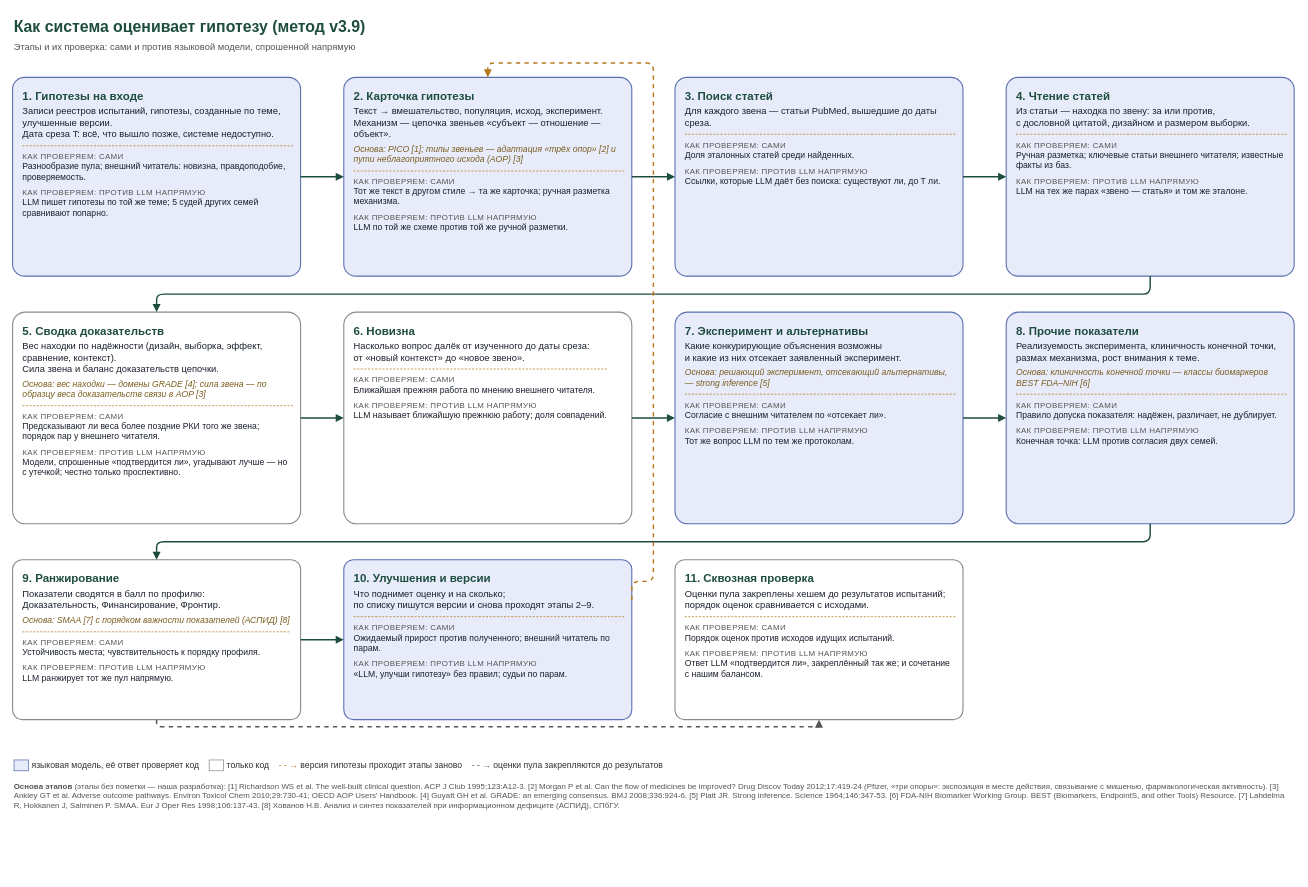
Before: docs/system/flow_check.drawio in danrd/hyp-arena, a draw.io diagram. Source tidied: cells renumbered, new cells numbered last; positions are measured from the earlier drawing's top-left corner, leaving out a move shared by most shapes. Both pictures are drawn from the tidied source at 72%, with x=0, y=0 at pixel (12, 12).
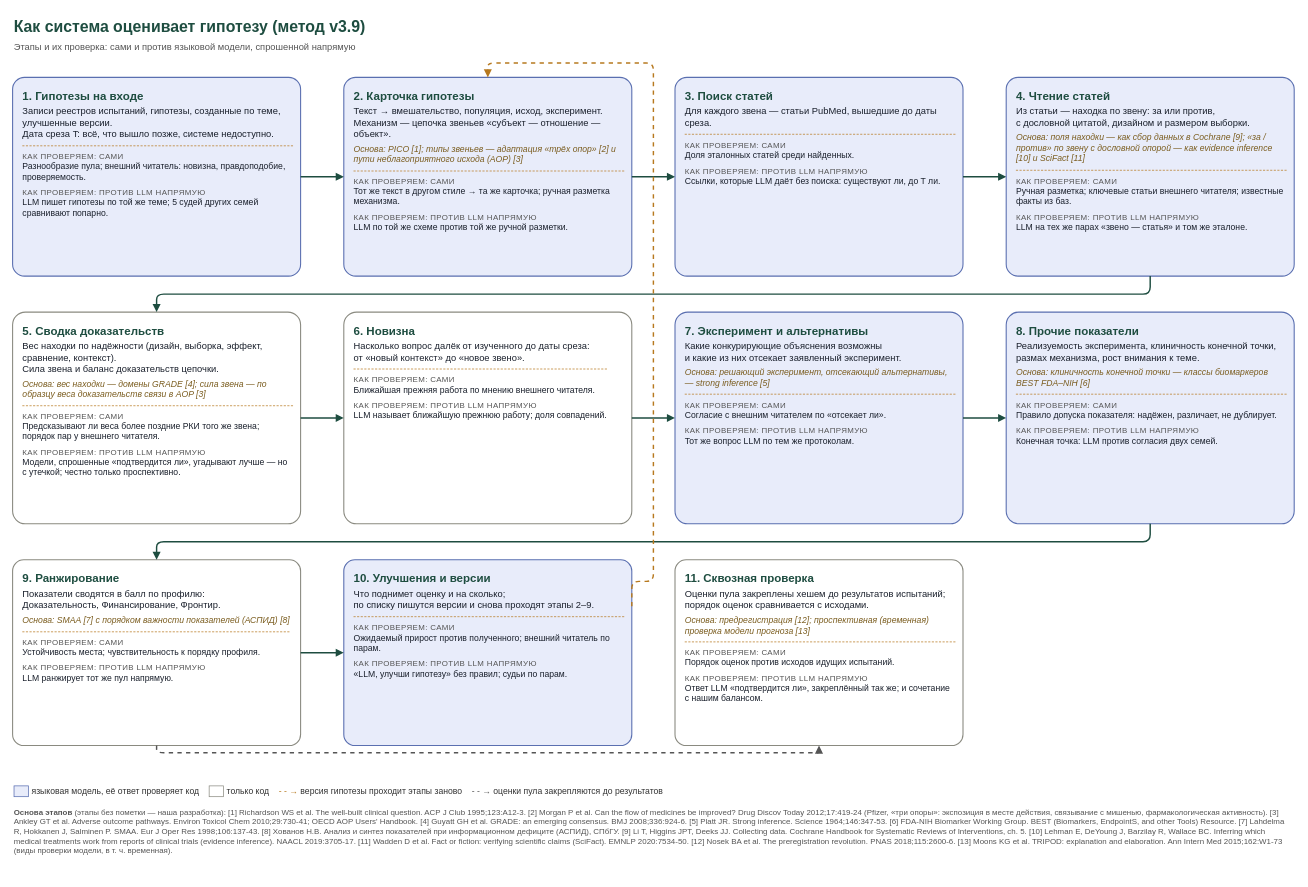
The same page after the edit.

Commit message (it also covers changes not shown here):
Flow scheme: basis for reading (Cochrane data collection, evidence inference, SciFact) and the end-to-end check (preregistration, temporal validation per TRIPOD), references checked

Diff of the diagram source:
```diff
@@
-    <mxCell id="6" value="&lt;div style='font-size:16px;color:#1E4D40'&gt;&lt;b&gt;4. Чтение статей&lt;/b&gt;&lt;/div&gt;&lt;div style='margin-top:4px'&gt;Из статьи — находка по звену: за или против,&lt;br/&gt;с дословной цитатой, дизайном и размером выборки.&lt;/div&gt;&lt;div style='margin-top:8px;border-top:1px dashed #B7791F'&gt;&lt;/div&gt;&lt;div style='margin-top:8px;font-size:11px;color:#555;text-transform:uppercase;letter-spacing:0.5px'&gt;Как проверяем: сами&lt;/div&gt;&lt;div style='font-size:12px'&gt;&lt;div&gt;Ручная разметка; ключевые статьи внешнего читателя; известные факты из баз.&lt;/div&gt;&lt;/div&gt;&lt;div style='margin-top:8px;font-size:11px;color:#555;text-transform:uppercase;letter-spacing:0.5px'&gt;Как проверяем: против LLM напрямую&lt;/div&gt;&lt;div style='font-size:12px'&gt;&lt;div&gt;LLM на тех же парах «звено — статья» и том же эталоне.&lt;/div&gt;&lt;/div&gt;" style="rounded=1;arcSize=6;whiteSpace=wrap;html=1;fillColor=#E8ECFA;strokeColor=#5A6FB0;strokeWidth=1.5;fontSize=13;fontColor=#1A202C;align=left;verticalAlign=top;spacingLeft=12;spacingRight=10;spacingTop=10;" parent="1" vertex="1">
+    <mxCell id="6" value="&lt;div style='font-size:16px;color:#1E4D40'&gt;&lt;b&gt;4. Чтение статей&lt;/b&gt;&lt;/div&gt;&lt;div style='margin-top:4px'&gt;Из статьи — находка по звену: за или против,&lt;br/&gt;с дословной цитатой, дизайном и размером выборки.&lt;/div&gt;&lt;div style='margin-top:6px;font-size:12px;color:#7A5C1E'&gt;&lt;i&gt;Основа: поля находки — как сбор данных в Cochrane [9]; «за / против» по звену с дословной опорой — как evidence inference [10] и SciFact [11]&lt;/i&gt;&lt;/div&gt;&lt;div style='margin-top:8px;border-top:1px dashed #B7791F'&gt;&lt;/div&gt;&lt;div style='margin-top:8px;font-size:11px;color:#555;text-transform:uppercase;letter-spacing:0.5px'&gt;Как проверяем: сами&lt;/div&gt;&lt;div style='font-size:12px'&gt;&lt;div&gt;Ручная разметка; ключевые статьи внешнего читателя; известные факты из баз.&lt;/div&gt;&lt;/div&gt;&lt;div style='margin-top:8px;font-size:11px;color:#555;text-transform:uppercase;letter-spacing:0.5px'&gt;Как проверяем: против LLM напрямую&lt;/div&gt;&lt;div style='font-size:12px'&gt;&lt;div&gt;LLM на тех же парах «звено — статья» и том же эталоне.&lt;/div&gt;&lt;/div&gt;" style="rounded=1;arcSize=6;whiteSpace=wrap;html=1;fillColor=#E8ECFA;strokeColor=#5A6FB0;strokeWidth=1.5;fontSize=13;fontColor=#1A202C;align=left;verticalAlign=top;spacingLeft=12;spacingRight=10;spacingTop=10;" parent="1" vertex="1">
       <mxGeometry x="1380" y="90" width="400" height="276" as="geometry" />
     </mxCell>
@@
     <mxCell id="11" value="&lt;div style='font-size:16px;color:#1E4D40'&gt;&lt;b&gt;9. Ранжирование&lt;/b&gt;&lt;/div&gt;&lt;div style='margin-top:4px'&gt;Показатели сводятся в балл по профилю:&lt;br/&gt;Доказательность, Финансирование, Фронтир.&lt;/div&gt;&lt;div style='margin-top:6px;font-size:12px;color:#7A5C1E'&gt;&lt;i&gt;Основа: SMAA [7] с порядком важности показателей (АСПИД) [8]&lt;/i&gt;&lt;/div&gt;&lt;div style='margin-top:8px;border-top:1px dashed #B7791F'&gt;&lt;/div&gt;&lt;div style='margin-top:8px;font-size:11px;color:#555;text-transform:uppercase;letter-spacing:0.5px'&gt;Как проверяем: сами&lt;/div&gt;&lt;div style='font-size:12px'&gt;&lt;div&gt;Устойчивость места; чувствительность к порядку профиля.&lt;/div&gt;&lt;/div&gt;&lt;div style='margin-top:8px;font-size:11px;color:#555;text-transform:uppercase;letter-spacing:0.5px'&gt;Как проверяем: против LLM напрямую&lt;/div&gt;&lt;div style='font-size:12px'&gt;&lt;div&gt;LLM ранжирует тот же пул напрямую.&lt;/div&gt;&lt;/div&gt;" style="rounded=1;arcSize=6;whiteSpace=wrap;html=1;fillColor=#FFFFFF;strokeColor=#8A8A80;strokeWidth=1.5;fontSize=13;fontColor=#1A202C;align=left;verticalAlign=top;spacingLeft=12;spacingRight=10;spacingTop=10;" parent="1" vertex="1">
-      <mxGeometry y="760" width="400" height="222" as="geometry" />
+      <mxGeometry y="760" width="400" height="258" as="geometry" />
     </mxCell>
     <mxCell id="12" value="&lt;div style='font-size:16px;color:#1E4D40'&gt;&lt;b&gt;10. Улучшения и версии&lt;/b&gt;&lt;/div&gt;&lt;div style='margin-top:4px'&gt;Что поднимет оценку и на сколько;&lt;br/&gt;по списку пишутся версии и снова проходят этапы 2–9.&lt;/div&gt;&lt;div style='margin-top:8px;border-top:1px dashed #B7791F'&gt;&lt;/div&gt;&lt;div style='margin-top:8px;font-size:11px;color:#555;text-transform:uppercase;letter-spacing:0.5px'&gt;Как проверяем: сами&lt;/div&gt;&lt;div style='font-size:12px'&gt;&lt;div&gt;Ожидаемый прирост против полученного; внешний читатель по парам.&lt;/div&gt;&lt;/div&gt;&lt;div style='margin-top:8px;font-size:11px;color:#555;text-transform:uppercase;letter-spacing:0.5px'&gt;Как проверяем: против LLM напрямую&lt;/div&gt;&lt;div style='font-size:12px'&gt;&lt;div&gt;«LLM, улучши гипотезу» без правил; судьи по парам.&lt;/div&gt;&lt;/div&gt;" style="rounded=1;arcSize=6;whiteSpace=wrap;html=1;fillColor=#E8ECFA;strokeColor=#5A6FB0;strokeWidth=1.5;fontSize=13;fontColor=#1A202C;align=left;verticalAlign=top;spacingLeft=12;spacingRight=10;spacingTop=10;" parent="1" vertex="1">
-      <mxGeometry x="460" y="760" width="400" height="222" as="geometry" />
+      <mxGeometry x="460" y="760" width="400" height="258" as="geometry" />
     </mxCell>
-    <mxCell id="13" value="&lt;div style='font-size:16px;color:#1E4D40'&gt;&lt;b&gt;11. Сквозная проверка&lt;/b&gt;&lt;/div&gt;&lt;div style='margin-top:4px'&gt;Оценки пула закреплены хешем до результатов испытаний;&lt;br/&gt;порядок оценок сравнивается с исходами.&lt;/div&gt;&lt;div style='margin-top:8px;border-top:1px dashed #B7791F'&gt;&lt;/div&gt;&lt;div style='margin-top:8px;font-size:11px;color:#555;text-transform:uppercase;letter-spacing:0.5px'&gt;Как проверяем: сами&lt;/div&gt;&lt;div style='font-size:12px'&gt;&lt;div&gt;Порядок оценок против исходов идущих испытаний.&lt;/div&gt;&lt;/div&gt;&lt;div style='margin-top:8px;font-size:11px;color:#555;text-transform:uppercase;letter-spacing:0.5px'&gt;Как проверяем: против LLM напрямую&lt;/div&gt;&lt;div style='font-size:12px'&gt;&lt;div&gt;Ответ LLM «подтвердится ли», закреплённый так же; и сочетание с нашим балансом.&lt;/div&gt;&lt;/div&gt;" style="rounded=1;arcSize=6;whiteSpace=wrap;html=1;fillColor=#FFFFFF;strokeColor=#8A8A80;strokeWidth=1.5;fontSize=13;fontColor=#1A202C;align=left;verticalAlign=top;spacingLeft=12;spacingRight=10;spacingTop=10;" parent="1" vertex="1">
-      <mxGeometry x="920" y="760" width="400" height="222" as="geometry" />
+    <mxCell id="13" value="&lt;div style='font-size:16px;color:#1E4D40'&gt;&lt;b&gt;11. Сквозная проверка&lt;/b&gt;&lt;/div&gt;&lt;div style='margin-top:4px'&gt;Оценки пула закреплены хешем до результатов испытаний;&lt;br/&gt;порядок оценок сравнивается с исходами.&lt;/div&gt;&lt;div style='margin-top:6px;font-size:12px;color:#7A5C1E'&gt;&lt;i&gt;Основа: предрегистрация [12]; проспективная (временная) проверка модели прогноза [13]&lt;/i&gt;&lt;/div&gt;&lt;div style='margin-top:8px;border-top:1px dashed #B7791F'&gt;&lt;/div&gt;&lt;div style='margin-top:8px;font-size:11px;color:#555;text-transform:uppercase;letter-spacing:0.5px'&gt;Как проверяем: сами&lt;/div&gt;&lt;div style='font-size:12px'&gt;&lt;div&gt;Порядок оценок против исходов идущих испытаний.&lt;/div&gt;&lt;/div&gt;&lt;div style='margin-top:8px;font-size:11px;color:#555;text-transform:uppercase;letter-spacing:0.5px'&gt;Как проверяем: против LLM напрямую&lt;/div&gt;&lt;div style='font-size:12px'&gt;&lt;div&gt;Ответ LLM «подтвердится ли», закреплённый так же; и сочетание с нашим балансом.&lt;/div&gt;&lt;/div&gt;" style="rounded=1;arcSize=6;whiteSpace=wrap;html=1;fillColor=#FFFFFF;strokeColor=#8A8A80;strokeWidth=1.5;fontSize=13;fontColor=#1A202C;align=left;verticalAlign=top;spacingLeft=12;spacingRight=10;spacingTop=10;" parent="1" vertex="1">
+      <mxGeometry x="920" y="760" width="400" height="258" as="geometry" />
     </mxCell>
@@
     <mxCell id="25" value="&lt;span style='background:#E8ECFA;border:1px solid #5A6FB0;padding:0 8px'&gt;&amp;nbsp;&lt;/span&gt; языковая модель, её ответ проверяет код &amp;nbsp;&amp;nbsp; &lt;span style='border:1px solid #8A8A80;padding:0 8px'&gt;&amp;nbsp;&lt;/span&gt; только код &amp;nbsp;&amp;nbsp; &lt;span style='color:#B7791F'&gt;- - →&lt;/span&gt; версия гипотезы проходит этапы заново &amp;nbsp;&amp;nbsp; &lt;span style='color:#555'&gt;- - →&lt;/span&gt; оценки пула закрепляются до результатов" style="text;html=1;fontSize=12;align=left;fontColor=#333;fillColor=none;strokeColor=none;" parent="1" vertex="1">
-      <mxGeometry y="1032" width="1780" height="26" as="geometry" />
+      <mxGeometry y="1068" width="1780" height="26" as="geometry" />
     </mxCell>
-    <mxCell id="26" value="&lt;b&gt;Основа этапов&lt;/b&gt; (этапы без пометки — наша разработка): [1] Richardson WS et al. The well-built clinical question. ACP J Club 1995;123:A12-3. [2] Morgan P et al. Can the flow of medicines be improved? Drug Discov Today 2012;17:419-24 (Pfizer, «три опоры»: экспозиция в месте действия, связывание с мишенью, фармакологическая активность). [3] Ankley GT et al. Adverse outcome pathways. Environ Toxicol Chem 2010;29:730-41; OECD AOP Users' Handbook. [4] Guyatt GH et al. GRADE: an emerging consensus. BMJ 2008;336:924-6. [5] Platt JR. Strong inference. Science 1964;146:347-53. [6] FDA-NIH Biomarker Working Group. BEST (Biomarkers, EndpointS, and other Tools) Resource. [7] Lahdelma R, Hokkanen J, Salminen P. SMAA. Eur J Oper Res 1998;106:137-43. [8] Хованов Н.В. Анализ и синтез показателей при информационном дефиците (АСПИД), СПбГУ." style="text;html=1;whiteSpace=wrap;fontSize=11;align=left;verticalAlign=top;fontColor=#555;fillColor=none;strokeColor=none;" parent="1" vertex="1">
-      <mxGeometry y="1062" width="1780" height="70" as="geometry" />
+    <mxCell id="26" value="&lt;b&gt;Основа этапов&lt;/b&gt; (этапы без пометки — наша разработка): [1] Richardson WS et al. The well-built clinical question. ACP J Club 1995;123:A12-3. [2] Morgan P et al. Can the flow of medicines be improved? Drug Discov Today 2012;17:419-24 (Pfizer, «три опоры»: экспозиция в месте действия, связывание с мишенью, фармакологическая активность). [3] Ankley GT et al. Adverse outcome pathways. Environ Toxicol Chem 2010;29:730-41; OECD AOP Users' Handbook. [4] Guyatt GH et al. GRADE: an emerging consensus. BMJ 2008;336:924-6. [5] Platt JR. Strong inference. Science 1964;146:347-53. [6] FDA-NIH Biomarker Working Group. BEST (Biomarkers, EndpointS, and other Tools) Resource. [7] Lahdelma R, Hokkanen J, Salminen P. SMAA. Eur J Oper Res 1998;106:137-43. [8] Хованов Н.В. Анализ и синтез показателей при информационном дефиците (АСПИД), СПбГУ. [9] Li T, Higgins JPT, Deeks JJ. Collecting data. Cochrane Handbook for Systematic Reviews of Interventions, ch. 5. [10] Lehman E, DeYoung J, Barzilay R, Wallace BC. Inferring which medical treatments work from reports of clinical trials (evidence inference). NAACL 2019:3705-17. [11] Wadden D et al. Fact or fiction: verifying scientific claims (SciFact). EMNLP 2020:7534-50. [12] Nosek BA et al. The preregistration revolution. PNAS 2018;115:2600-6. [13] Moons KG et al. TRIPOD: explanation and elaboration. Ann Intern Med 2015;162:W1-73 (виды проверки модели, в т. ч. временная)." style="text;html=1;whiteSpace=wrap;fontSize=11;align=left;verticalAlign=top;fontColor=#555;fillColor=none;strokeColor=none;" parent="1" vertex="1">
+      <mxGeometry y="1098" width="1780" height="100" as="geometry" />
     </mxCell>
```
